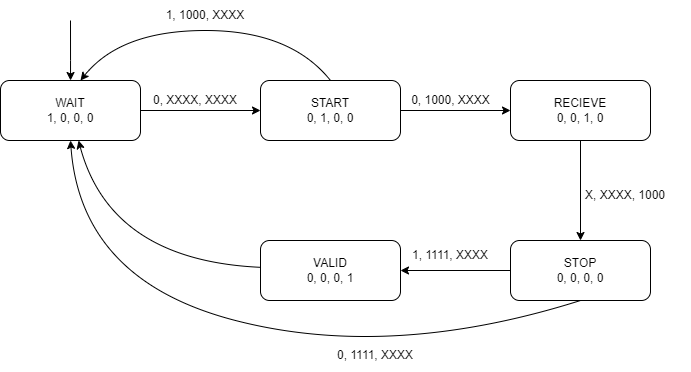
Before: zprava/fsm.png, a diagram exported from draw.io (JosefKuchar/inc-project). Source tidied: cells renumbered, new cells last; positions are measured from the earlier drawing's top-left corner, leaving out a move shared by most shapes. The source it was exported from:
```xml
<mxGraphModel>
  <root>
    <mxCell id="0" />
    <mxCell id="1" parent="0" />
    <mxCell id="2" value="VALID&lt;br&gt;0, 0, 0, 1" style="rounded=1;whiteSpace=wrap;html=1;" parent="1" vertex="1">
      <mxGeometry x="260" y="240" width="140" height="60" as="geometry" />
    </mxCell>
    <mxCell id="3" value="STOP&lt;br&gt;0, 0, 0, 0" style="rounded=1;whiteSpace=wrap;html=1;" parent="1" vertex="1">
      <mxGeometry x="510" y="240" width="140" height="60" as="geometry" />
    </mxCell>
    <mxCell id="4" value="WAIT&lt;br&gt;1, 0, 0, 0" style="rounded=1;whiteSpace=wrap;html=1;" parent="1" vertex="1">
      <mxGeometry y="80" width="140" height="60" as="geometry" />
    </mxCell>
    <mxCell id="5" style="edgeStyle=segmentEdgeStyle;endArrow=classic;html=1;rounded=0;" parent="1" edge="1" target="4">
      <mxGeometry relative="1" as="geometry">
        <mxPoint x="70" y="20" as="sourcePoint" />
        <Array as="points">
          <mxPoint x="70" y="60" />
          <mxPoint x="70" y="60" />
        </Array>
      </mxGeometry>
    </mxCell>
    <mxCell id="6" value="0, XXXX, XXXX" style="text;html=1;strokeColor=none;fillColor=none;align=center;verticalAlign=middle;whiteSpace=wrap;rounded=0;" parent="1" vertex="1">
      <mxGeometry x="150" y="85" width="90" height="30" as="geometry" />
    </mxCell>
    <mxCell id="7" value="START&lt;br&gt;0, 1, 0, 0" style="rounded=1;whiteSpace=wrap;html=1;" parent="1" vertex="1">
      <mxGeometry x="260" y="80" width="140" height="60" as="geometry" />
    </mxCell>
    <mxCell id="8" value="0, 1000, XXXX" style="text;html=1;align=center;verticalAlign=middle;strokeColor=none;fillColor=none;" parent="1" vertex="1">
      <mxGeometry x="405" y="90" width="90" height="20" as="geometry" />
    </mxCell>
    <mxCell id="9" value="RECIEVE&lt;br&gt;0, 0, 1, 0" style="rounded=1;whiteSpace=wrap;html=1;" parent="1" vertex="1">
      <mxGeometry x="510" y="80" width="140" height="60" as="geometry" />
    </mxCell>
    <mxCell id="10" style="curved=1;endArrow=classic;html=1;rounded=0;exitX=0.5;exitY=0;exitDx=0;exitDy=0;" parent="1" edge="1" source="7">
      <mxGeometry relative="1" as="geometry">
        <mxPoint x="80" y="80" as="targetPoint" />
        <Array as="points">
          <mxPoint x="290" y="30" />
          <mxPoint x="120" y="30" />
        </Array>
      </mxGeometry>
    </mxCell>
    <mxCell id="11" value="1, 1000, XXXX" style="text;html=1;strokeColor=none;fillColor=none;align=center;verticalAlign=middle;whiteSpace=wrap;rounded=0;" parent="1" vertex="1">
      <mxGeometry x="140" width="130" height="30" as="geometry" />
    </mxCell>
    <mxCell id="12" value="X, XXXX, 1000" style="text;html=1;strokeColor=none;fillColor=none;align=center;verticalAlign=middle;whiteSpace=wrap;rounded=0;" parent="1" vertex="1">
      <mxGeometry x="560" y="180" width="130" height="30" as="geometry" />
    </mxCell>
    <mxCell id="13" style="endArrow=classic;html=1;rounded=0;" parent="1" edge="1" source="4" target="7">
      <mxGeometry relative="1" as="geometry" />
    </mxCell>
    <mxCell id="14" style="endArrow=classic;html=1;rounded=0;" parent="1" edge="1" source="7" target="9">
      <mxGeometry relative="1" as="geometry" />
    </mxCell>
    <mxCell id="15" style="endArrow=classic;html=1;rounded=0;entryX=0.5;entryY=0;entryDx=0;entryDy=0;" parent="1" edge="1" source="9" target="3">
      <mxGeometry relative="1" as="geometry" />
    </mxCell>
    <mxCell id="16" style="endArrow=classic;html=1;rounded=0;entryX=1;entryY=0.5;entryDx=0;entryDy=0;exitX=0;exitY=0.5;exitDx=0;exitDy=0;" parent="1" edge="1" source="3" target="2">
      <mxGeometry relative="1" as="geometry" />
    </mxCell>
    <mxCell id="17" value="1, 1111, XXXX" style="text;html=1;strokeColor=none;fillColor=none;align=center;verticalAlign=middle;whiteSpace=wrap;rounded=0;" parent="1" vertex="1">
      <mxGeometry x="385" y="240" width="130" height="30" as="geometry" />
    </mxCell>
    <mxCell id="18" style="curved=1;endArrow=classic;html=1;rounded=0;" parent="1" edge="1" source="2" target="4">
      <mxGeometry relative="1" as="geometry">
        <Array as="points">
          <mxPoint x="110" y="260" />
        </Array>
      </mxGeometry>
    </mxCell>
    <mxCell id="19" style="curved=1;endArrow=classic;html=1;rounded=0;entryX=0.5;entryY=1;entryDx=0;entryDy=0;exitX=0.5;exitY=1;exitDx=0;exitDy=0;" parent="1" edge="1" source="3" target="4">
      <mxGeometry relative="1" as="geometry">
        <Array as="points">
          <mxPoint x="390" y="360" />
          <mxPoint x="80" y="280" />
        </Array>
      </mxGeometry>
    </mxCell>
    <mxCell id="20" value="0, 1111, XXXX" style="text;html=1;strokeColor=none;fillColor=none;align=center;verticalAlign=middle;whiteSpace=wrap;rounded=0;" parent="1" vertex="1">
      <mxGeometry x="310" y="340" width="130" height="30" as="geometry" />
    </mxCell>
  </root>
</mxGraphModel>
```
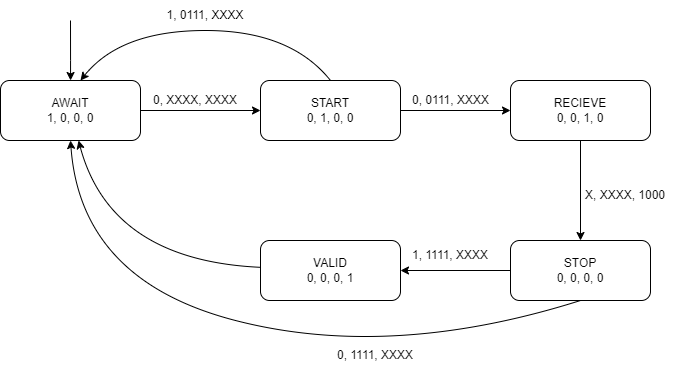
Above is the later version.

The edit, as a diff of the source:
```diff
@@ -8,7 +8,7 @@
     <mxCell id="3" value="STOP&lt;br&gt;0, 0, 0, 0" style="rounded=1;whiteSpace=wrap;html=1;" parent="1" vertex="1">
       <mxGeometry x="510" y="240" width="140" height="60" as="geometry" />
     </mxCell>
-    <mxCell id="4" value="WAIT&lt;br&gt;1, 0, 0, 0" style="rounded=1;whiteSpace=wrap;html=1;" parent="1" vertex="1">
+    <mxCell id="4" value="AWAIT&lt;br&gt;1, 0, 0, 0" style="rounded=1;whiteSpace=wrap;html=1;" parent="1" vertex="1">
       <mxGeometry y="80" width="140" height="60" as="geometry" />
     </mxCell>
     <mxCell id="5" style="edgeStyle=segmentEdgeStyle;endArrow=classic;html=1;rounded=0;" parent="1" edge="1" target="4">
@@ -26,7 +26,7 @@
     <mxCell id="7" value="START&lt;br&gt;0, 1, 0, 0" style="rounded=1;whiteSpace=wrap;html=1;" parent="1" vertex="1">
       <mxGeometry x="260" y="80" width="140" height="60" as="geometry" />
     </mxCell>
-    <mxCell id="8" value="0, 1000, XXXX" style="text;html=1;align=center;verticalAlign=middle;strokeColor=none;fillColor=none;" parent="1" vertex="1">
+    <mxCell id="8" value="0, 0111, XXXX" style="text;html=1;align=center;verticalAlign=middle;strokeColor=none;fillColor=none;" parent="1" vertex="1">
       <mxGeometry x="405" y="90" width="90" height="20" as="geometry" />
     </mxCell>
     <mxCell id="9" value="RECIEVE&lt;br&gt;0, 0, 1, 0" style="rounded=1;whiteSpace=wrap;html=1;" parent="1" vertex="1">
@@ -41,7 +41,7 @@
         </Array>
       </mxGeometry>
     </mxCell>
-    <mxCell id="11" value="1, 1000, XXXX" style="text;html=1;strokeColor=none;fillColor=none;align=center;verticalAlign=middle;whiteSpace=wrap;rounded=0;" parent="1" vertex="1">
+    <mxCell id="11" value="1, 0111, XXXX" style="text;html=1;strokeColor=none;fillColor=none;align=center;verticalAlign=middle;whiteSpace=wrap;rounded=0;" parent="1" vertex="1">
       <mxGeometry x="140" width="130" height="30" as="geometry" />
     </mxCell>
     <mxCell id="12" value="X, XXXX, 1000" style="text;html=1;strokeColor=none;fillColor=none;align=center;verticalAlign=middle;whiteSpace=wrap;rounded=0;" parent="1" vertex="1">
```
